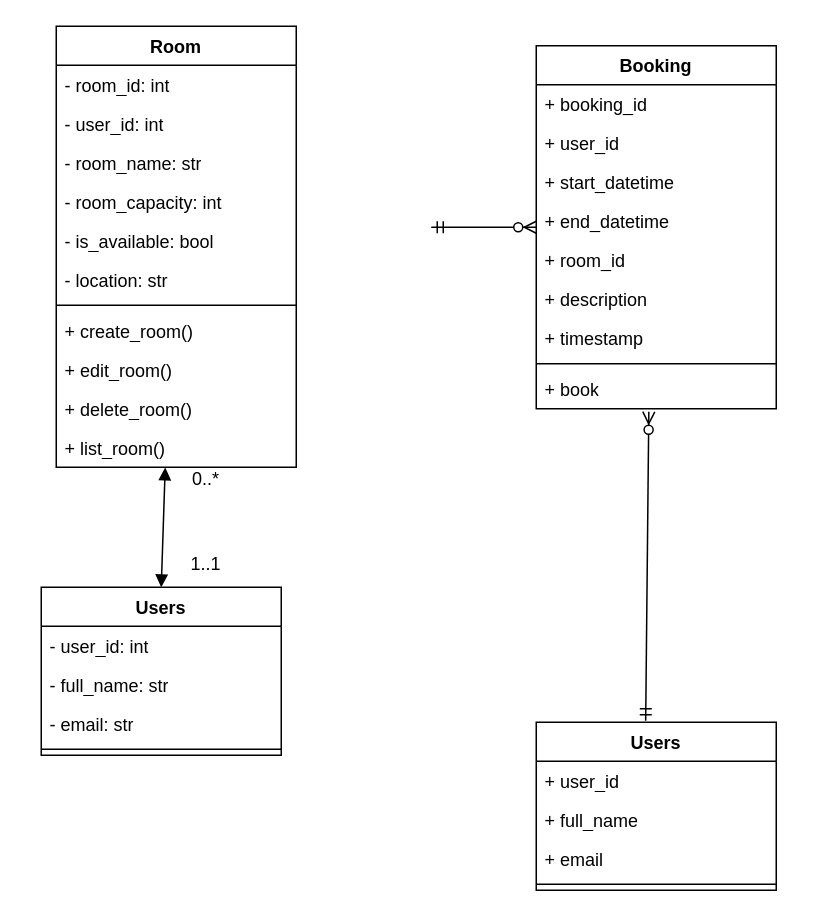
TERRENCEKGETEDI/Meeting-Room-Management-System keeps this draw.io diagram as MRMS_class_diagram.drawio. Above is the earlier version. Source tidied: cells renumbered, new cells numbered last; positions are measured from the earlier drawing's top-left corner, leaving out a move shared by most shapes. Both pictures are drawn from the tidied source at 150%, with x=0, y=0 at pixel (40, 26).
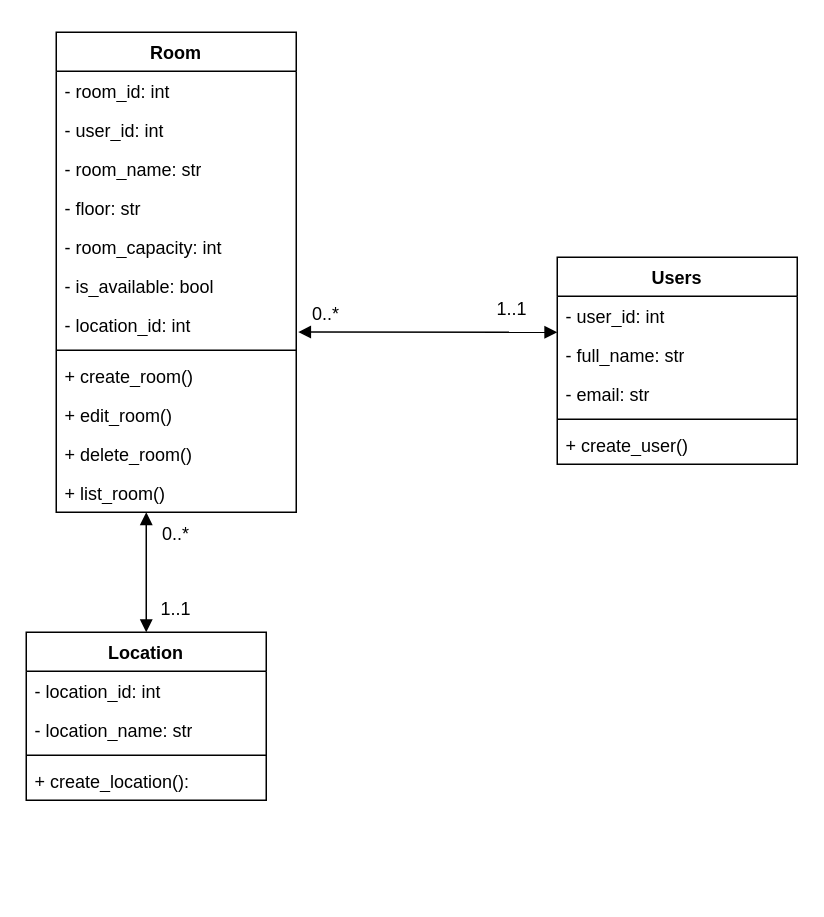
The same page after the edit.

Commit message (it also covers changes not shown here):
updated diagrams class and erd

Unchanged cells that the change refers to:
```xml
<mxCell id="32" value="- user_id: int" style="text;strokeColor=none;fillColor=none;align=left;verticalAlign=top;spacingLeft=4;spacingRight=4;overflow=hidden;points=[[0,0.5],[1,0.5]];portConstraint=eastwest;whiteSpace=wrap;html=1;" parent="31" vertex="1">
  <mxGeometry y="26" width="160" height="26" as="geometry" />
</mxCell>
```

Change to the diagram source:
```diff
@@
     <mxCell id="2" value="Room" style="swimlane;fontStyle=1;align=center;verticalAlign=top;horizontal=1;startSize=26;whiteSpace=wrap;html=1;" parent="1" vertex="1">
-      <mxGeometry x="10" width="160" height="294" as="geometry" />
+      <mxGeometry x="10" y="4" width="160" height="320" as="geometry" />
     </mxCell>
@@
+    <mxCell id="39" value="- floor: str" style="text;strokeColor=none;fillColor=none;align=left;verticalAlign=top;spacingLeft=4;spacingRight=4;overflow=hidden;whiteSpace=wrap;html=1;" parent="2" vertex="1">
+      <mxGeometry y="104" width="160" height="26" as="geometry" />
+    </mxCell>
     <mxCell id="6" value="- room_capacity: int" style="text;strokeColor=none;fillColor=none;align=left;verticalAlign=top;spacingLeft=4;spacingRight=4;overflow=hidden;whiteSpace=wrap;html=1;" parent="2" vertex="1">
-      <mxGeometry y="104" width="160" height="26" as="geometry" />
+      <mxGeometry y="130" width="160" height="26" as="geometry" />
     </mxCell>
     <mxCell id="7" value="- is_available: bool" style="text;strokeColor=none;fillColor=none;align=left;verticalAlign=top;spacingLeft=4;spacingRight=4;overflow=hidden;whiteSpace=wrap;html=1;" parent="2" vertex="1">
-      <mxGeometry y="130" width="160" height="26" as="geometry" />
+      <mxGeometry y="156" width="160" height="26" as="geometry" />
     </mxCell>
-    <mxCell id="8" value="- location: str" style="text;strokeColor=none;fillColor=none;align=left;verticalAlign=top;spacingLeft=4;spacingRight=4;overflow=hidden;points=[[0,0.5],[1,0.5]];portConstraint=eastwest;whiteSpace=wrap;html=1;" parent="2" vertex="1">
-      <mxGeometry y="156" width="160" height="26" as="geometry" />
+    <mxCell id="8" value="- location_id: int" style="text;strokeColor=none;fillColor=none;align=left;verticalAlign=top;spacingLeft=4;spacingRight=4;overflow=hidden;points=[[0,0.5],[1,0.5]];portConstraint=eastwest;whiteSpace=wrap;html=1;" parent="2" vertex="1">
+      <mxGeometry y="182" width="160" height="26" as="geometry" />
     </mxCell>
     <mxCell id="9" style="line;strokeWidth=1;fillColor=none;align=left;verticalAlign=middle;spacingTop=-1;spacingLeft=3;spacingRight=3;labelPosition=right;strokeColor=inherit;" parent="2" vertex="1">
-      <mxGeometry y="182" width="160" height="8" as="geometry" />
+      <mxGeometry y="208" width="160" height="8" as="geometry" />
     </mxCell>
     <mxCell id="10" value="+ create_room()" style="text;strokeColor=none;fillColor=none;align=left;verticalAlign=top;spacingLeft=4;spacingRight=4;overflow=hidden;whiteSpace=wrap;html=1;" parent="2" vertex="1">
-      <mxGeometry y="190" width="160" height="26" as="geometry" />
+      <mxGeometry y="216" width="160" height="26" as="geometry" />
     </mxCell>
     <mxCell id="11" value="+ edit_room()" style="text;strokeColor=none;fillColor=none;align=left;verticalAlign=top;spacingLeft=4;spacingRight=4;overflow=hidden;whiteSpace=wrap;html=1;" parent="2" vertex="1">
-      <mxGeometry y="216" width="160" height="26" as="geometry" />
+      <mxGeometry y="242" width="160" height="26" as="geometry" />
     </mxCell>
     <mxCell id="12" value="+ delete_room()" style="text;strokeColor=none;fillColor=none;align=left;verticalAlign=top;spacingLeft=4;spacingRight=4;overflow=hidden;whiteSpace=wrap;html=1;" parent="2" vertex="1">
-      <mxGeometry y="242" width="160" height="26" as="geometry" />
+      <mxGeometry y="268" width="160" height="26" as="geometry" />
     </mxCell>
     <mxCell id="13" value="+ list_room()" style="text;strokeColor=none;fillColor=none;align=left;verticalAlign=top;spacingLeft=4;spacingRight=4;overflow=hidden;points=[[0,0.5],[1,0.5]];portConstraint=eastwest;whiteSpace=wrap;html=1;" parent="2" vertex="1">
-      <mxGeometry y="268" width="160" height="26" as="geometry" />
+      <mxGeometry y="294" width="160" height="26" as="geometry" />
     </mxCell>
-    <mxCell id="14" value="Booking" style="swimlane;fontStyle=1;align=center;verticalAlign=top;horizontal=1;startSize=26;whiteSpace=wrap;html=1;" parent="1" vertex="1">
-      <mxGeometry x="330" y="13" width="160" height="242" as="geometry" />
-    </mxCell>
-    <mxCell id="15" value="+ booking_id" style="text;strokeColor=none;fillColor=none;align=left;verticalAlign=top;spacingLeft=4;spacingRight=4;overflow=hidden;whiteSpace=wrap;html=1;" parent="14" vertex="1">
-      <mxGeometry y="26" width="160" height="26" as="geometry" />
-    </mxCell>
-    <mxCell id="16" value="+ user_id" style="text;strokeColor=none;fillColor=none;align=left;verticalAlign=top;spacingLeft=4;spacingRight=4;overflow=hidden;whiteSpace=wrap;html=1;" parent="14" vertex="1">
-      <mxGeometry y="52" width="160" height="26" as="geometry" />
-    </mxCell>
-    <mxCell id="17" value="+ start_datetime" style="text;strokeColor=none;fillColor=none;align=left;verticalAlign=top;spacingLeft=4;spacingRight=4;overflow=hidden;whiteSpace=wrap;html=1;" parent="14" vertex="1">
-      <mxGeometry y="78" width="160" height="26" as="geometry" />
-    </mxCell>
-    <mxCell id="18" value="+ end_datetime" style="text;strokeColor=none;fillColor=none;align=left;verticalAlign=top;spacingLeft=4;spacingRight=4;overflow=hidden;whiteSpace=wrap;html=1;" parent="14" vertex="1">
-      <mxGeometry y="104" width="160" height="26" as="geometry" />
-    </mxCell>
-    <mxCell id="19" value="+ room_id" style="text;strokeColor=none;fillColor=none;align=left;verticalAlign=top;spacingLeft=4;spacingRight=4;overflow=hidden;whiteSpace=wrap;html=1;" parent="14" vertex="1">
-      <mxGeometry y="130" width="160" height="26" as="geometry" />
-    </mxCell>
-    <mxCell id="20" value="+ description" style="text;strokeColor=none;fillColor=none;align=left;verticalAlign=top;spacingLeft=4;spacingRight=4;overflow=hidden;whiteSpace=wrap;html=1;" parent="14" vertex="1">
-      <mxGeometry y="156" width="160" height="26" as="geometry" />
-    </mxCell>
-    <mxCell id="21" value="+ timestamp" style="text;strokeColor=none;fillColor=none;align=left;verticalAlign=top;spacingLeft=4;spacingRight=4;overflow=hidden;whiteSpace=wrap;html=1;" parent="14" vertex="1">
-      <mxGeometry y="182" width="160" height="26" as="geometry" />
-    </mxCell>
-    <mxCell id="22" style="line;strokeWidth=1;fillColor=none;align=left;verticalAlign=middle;spacingTop=-1;spacingLeft=3;spacingRight=3;labelPosition=right;strokeColor=inherit;" parent="14" vertex="1">
-      <mxGeometry y="208" width="160" height="8" as="geometry" />
-    </mxCell>
-    <mxCell id="23" value="+ book" style="text;strokeColor=none;fillColor=none;align=left;verticalAlign=top;spacingLeft=4;spacingRight=4;overflow=hidden;points=[[0,0.5],[1,0.5]];portConstraint=eastwest;whiteSpace=wrap;html=1;" parent="14" vertex="1">
-      <mxGeometry y="216" width="160" height="26" as="geometry" />
-    </mxCell>
-    <mxCell id="24" style="edgeStyle=entityRelationEdgeStyle;fontSize=12;html=1;endArrow=ERzeroToMany;startArrow=ERmandOne;rounded=0;entryX=0;entryY=0.5;entryDx=0;entryDy=0;" parent="1" edge="1" target="14">
-      <mxGeometry relative="1" as="geometry">
-        <mxPoint x="260" y="134" as="sourcePoint" />
-      </mxGeometry>
-    </mxCell>
-    <mxCell id="25" value="Users" style="swimlane;fontStyle=1;align=center;verticalAlign=top;horizontal=1;startSize=26;whiteSpace=wrap;html=1;" parent="1" vertex="1">
-      <mxGeometry x="330" y="464" width="160" height="112" as="geometry" />
-    </mxCell>
-    <mxCell id="26" value="+ user_id" style="text;strokeColor=none;fillColor=none;align=left;verticalAlign=top;spacingLeft=4;spacingRight=4;overflow=hidden;whiteSpace=wrap;html=1;" parent="25" vertex="1">
-      <mxGeometry y="26" width="160" height="26" as="geometry" />
-    </mxCell>
-    <mxCell id="27" value="+ full_name" style="text;strokeColor=none;fillColor=none;align=left;verticalAlign=top;spacingLeft=4;spacingRight=4;overflow=hidden;whiteSpace=wrap;html=1;" parent="25" vertex="1">
-      <mxGeometry y="52" width="160" height="26" as="geometry" />
-    </mxCell>
-    <mxCell id="28" value="+ email" style="text;strokeColor=none;fillColor=none;align=left;verticalAlign=top;spacingLeft=4;spacingRight=4;overflow=hidden;whiteSpace=wrap;html=1;" parent="25" vertex="1">
-      <mxGeometry y="78" width="160" height="26" as="geometry" />
-    </mxCell>
-    <mxCell id="29" style="line;strokeWidth=1;fillColor=none;align=left;verticalAlign=middle;spacingTop=-1;spacingLeft=3;spacingRight=3;labelPosition=right;strokeColor=inherit;" parent="25" vertex="1">
-      <mxGeometry y="104" width="160" height="8" as="geometry" />
-    </mxCell>
-    <mxCell id="30" style="fontSize=12;html=1;endArrow=ERzeroToMany;startArrow=ERmandOne;rounded=0;exitX=0.456;exitY=-0.009;exitDx=0;exitDy=0;entryX=0.469;entryY=1.077;entryDx=0;entryDy=0;entryPerimeter=0;exitPerimeter=0;" parent="1" edge="1" source="25" target="23">
-      <mxGeometry relative="1" as="geometry" />
-    </mxCell>
     <mxCell id="31" value="Users" style="swimlane;fontStyle=1;align=center;verticalAlign=top;horizontal=1;startSize=26;whiteSpace=wrap;html=1;" parent="1" vertex="1">
-      <mxGeometry y="374" width="160" height="112" as="geometry" />
+      <mxGeometry x="344" y="154" width="160" height="138" as="geometry" />
     </mxCell>
@@
+    <mxCell id="40" value="+ create_user()" style="text;strokeColor=none;fillColor=none;align=left;verticalAlign=top;spacingLeft=4;spacingRight=4;overflow=hidden;whiteSpace=wrap;html=1;" parent="31" vertex="1">
+      <mxGeometry y="112" width="160" height="26" as="geometry" />
+    </mxCell>
-    <mxCell id="36" style="endArrow=block;startArrow=block;endFill=1;startFill=1;html=1;rounded=0;exitX=0.454;exitY=1.006;exitDx=0;exitDy=0;exitPerimeter=0;entryX=0.5;entryY=0;entryDx=0;entryDy=0;" parent="1" edge="1" source="13" target="31">
+    <mxCell id="36" style="endArrow=block;startArrow=block;endFill=1;startFill=1;html=1;rounded=0;exitX=1.008;exitY=0.688;exitDx=0;exitDy=0;exitPerimeter=0;entryX=0;entryY=0.923;entryDx=0;entryDy=0;entryPerimeter=0;" parent="1" edge="1" source="8" target="32">
       <mxGeometry relative="1" as="geometry" />
     </mxCell>
     <mxCell id="37" value="0..*&lt;div&gt;&lt;br&gt;&lt;/div&gt;" style="text;html=1;whiteSpace=wrap;strokeColor=none;fillColor=none;align=center;verticalAlign=middle;rounded=0;" parent="1" vertex="1">
-      <mxGeometry x="80" y="294" width="60" height="30" as="geometry" />
+      <mxGeometry x="160" y="184" width="60" height="30" as="geometry" />
     </mxCell>
     <mxCell id="38" value="1..1" style="text;html=1;whiteSpace=wrap;strokeColor=none;fillColor=none;align=center;verticalAlign=middle;rounded=0;" parent="1" vertex="1">
-      <mxGeometry x="80" y="344" width="60" height="30" as="geometry" />
+      <mxGeometry x="284" y="174" width="60" height="30" as="geometry" />
     </mxCell>
+    <mxCell id="41" value="Location" style="swimlane;fontStyle=1;align=center;verticalAlign=top;horizontal=1;startSize=26;whiteSpace=wrap;html=1;" parent="1" vertex="1">
+      <mxGeometry x="-10" y="404" width="160" height="112" as="geometry" />
+    </mxCell>
+    <mxCell id="42" value="- location_id: int" style="text;strokeColor=none;fillColor=none;align=left;verticalAlign=top;spacingLeft=4;spacingRight=4;overflow=hidden;whiteSpace=wrap;html=1;" parent="41" vertex="1">
+      <mxGeometry y="26" width="160" height="26" as="geometry" />
+    </mxCell>
+    <mxCell id="43" value="- location_name: str" style="text;strokeColor=none;fillColor=none;align=left;verticalAlign=top;spacingLeft=4;spacingRight=4;overflow=hidden;whiteSpace=wrap;html=1;" parent="41" vertex="1">
+      <mxGeometry y="52" width="160" height="26" as="geometry" />
+    </mxCell>
+    <mxCell id="44" style="line;strokeWidth=1;fillColor=none;align=left;verticalAlign=middle;spacingTop=-1;spacingLeft=3;spacingRight=3;labelPosition=right;strokeColor=inherit;" parent="41" vertex="1">
+      <mxGeometry y="78" width="160" height="8" as="geometry" />
+    </mxCell>
+    <mxCell id="45" value="+ create_location():" style="text;strokeColor=none;fillColor=none;align=left;verticalAlign=top;spacingLeft=4;spacingRight=4;overflow=hidden;whiteSpace=wrap;html=1;" parent="41" vertex="1">
+      <mxGeometry y="86" width="160" height="26" as="geometry" />
+    </mxCell>
+    <mxCell id="46" style="endArrow=block;startArrow=block;endFill=1;startFill=1;html=1;rounded=0;exitX=0.375;exitY=1;exitDx=0;exitDy=0;exitPerimeter=0;entryX=0.5;entryY=0;entryDx=0;entryDy=0;" parent="1" edge="1" source="13" target="41">
+      <mxGeometry relative="1" as="geometry" />
+    </mxCell>
+    <mxCell id="47" value="0..*" style="text;html=1;whiteSpace=wrap;strokeColor=none;fillColor=none;align=center;verticalAlign=middle;rounded=0;" parent="1" vertex="1">
+      <mxGeometry x="60" y="324" width="60" height="30" as="geometry" />
+    </mxCell>
+    <mxCell id="48" value="1..1" style="text;html=1;whiteSpace=wrap;strokeColor=none;fillColor=none;align=center;verticalAlign=middle;rounded=0;" parent="1" vertex="1">
+      <mxGeometry x="60" y="374" width="60" height="30" as="geometry" />
+    </mxCell>
```
